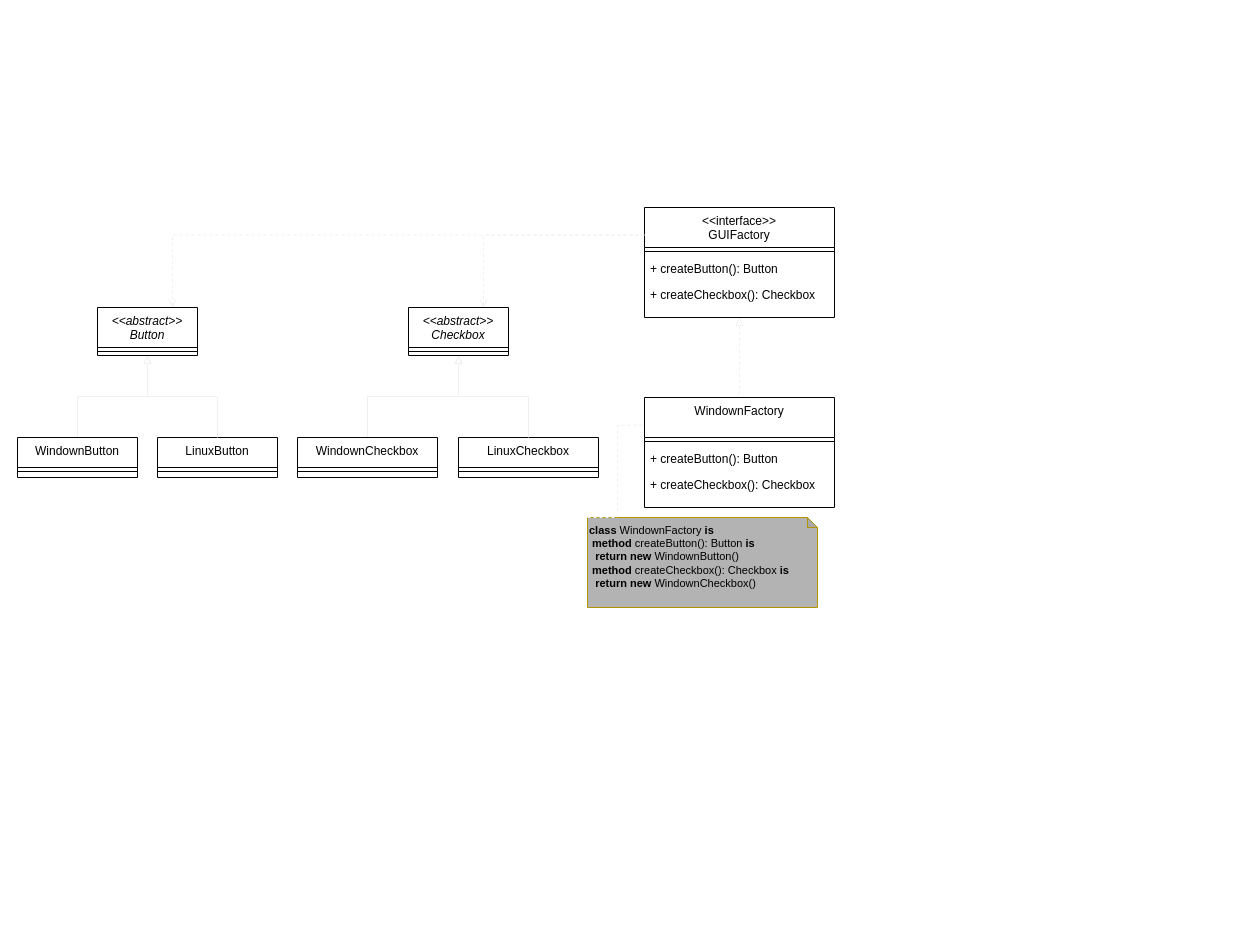
Before: page "Abstract Factory" (2 of 2) of Design Patterns.drawio in bcmes/diagrams, a draw.io diagram. Source tidied: cells renumbered, new cells numbered last; positions are measured from the earlier drawing's top-left corner, leaving out a move shared by most shapes. Both pictures are drawn from the tidied source at 100%, with x=0, y=0 at pixel (17, 207).
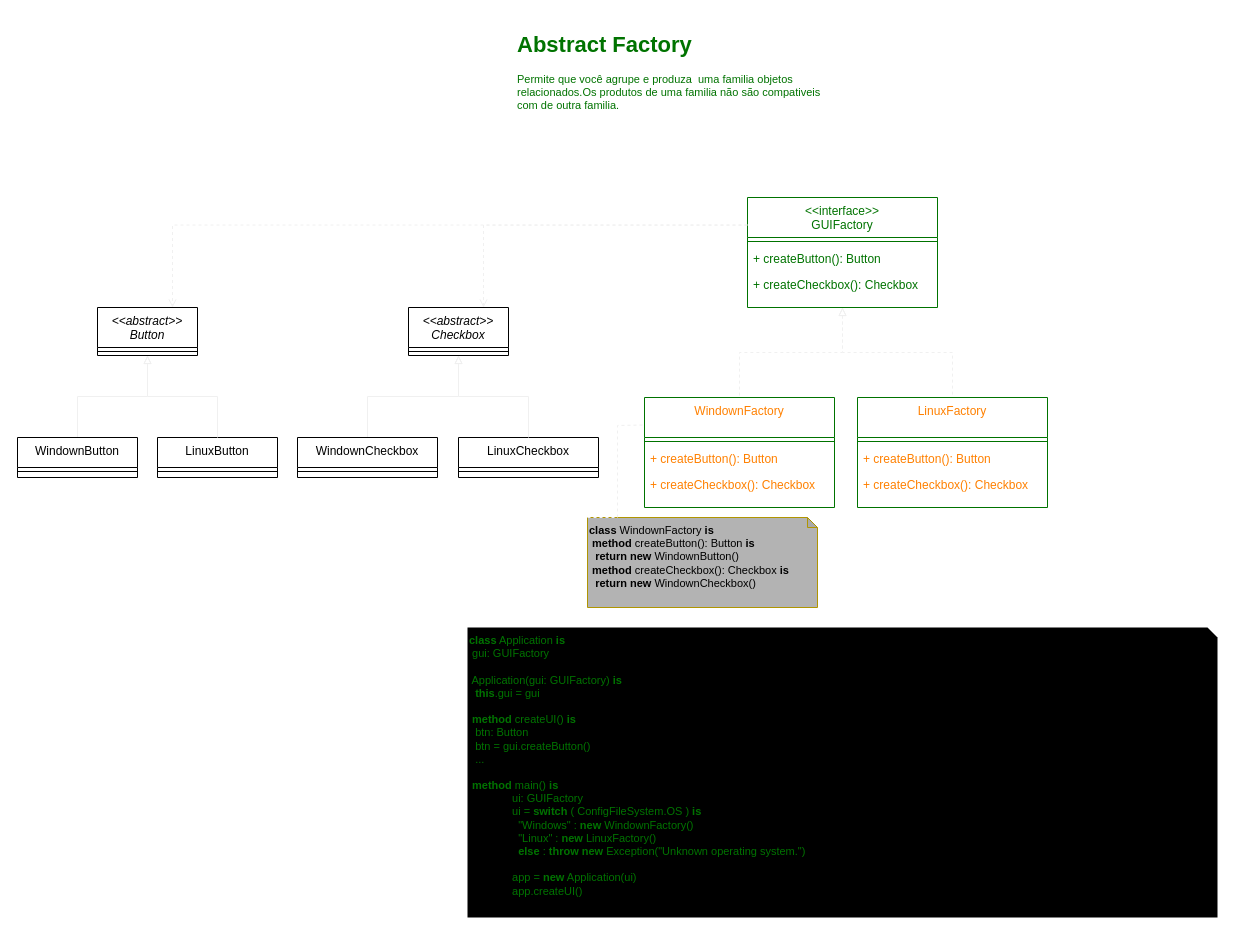
The same diagram, later.

Diff of the diagram source:
```diff
@@
-    <mxCell id="3" value="&lt;&lt;interface&gt;&gt;&#10;GUIFactory" style="swimlane;fontStyle=0;align=center;verticalAlign=top;horizontal=1;startSize=40;rounded=0;shadow=0;strokeWidth=1;" parent="1" vertex="1">
-      <mxGeometry x="627" width="190" height="110" as="geometry" />
+    <mxCell id="3" value="&lt;&lt;interface&gt;&gt;&#10;GUIFactory" style="swimlane;fontStyle=0;align=center;verticalAlign=top;horizontal=1;startSize=40;rounded=0;shadow=0;strokeWidth=1;fontColor=#007300;strokeColor=#007300;" parent="1" vertex="1">
+      <mxGeometry x="730" y="-10" width="190" height="110" as="geometry" />
     </mxCell>
-    <mxCell id="4" style="line;html=1;strokeWidth=1;align=left;verticalAlign=middle;spacingTop=-1;spacingLeft=3;spacingRight=3;labelPosition=right;" parent="3" vertex="1">
+    <mxCell id="4" style="line;html=1;strokeWidth=1;align=left;verticalAlign=middle;spacingTop=-1;spacingLeft=3;spacingRight=3;labelPosition=right;strokeColor=#007300;" parent="3" vertex="1">
       <mxGeometry y="40" width="190" height="8" as="geometry" />
     </mxCell>
-    <mxCell id="5" value="+ createButton(): Button" style="text;align=left;verticalAlign=top;spacingLeft=4;spacingRight=4;overflow=hidden;" parent="3" vertex="1">
+    <mxCell id="5" value="+ createButton(): Button" style="text;align=left;verticalAlign=top;spacingLeft=4;spacingRight=4;overflow=hidden;fontColor=#007300;" parent="3" vertex="1">
       <mxGeometry y="48" width="190" height="26" as="geometry" />
     </mxCell>
-    <mxCell id="6" value="+ createCheckbox(): Checkbox" style="text;align=left;verticalAlign=top;spacingLeft=4;spacingRight=4;overflow=hidden;" parent="3" vertex="1">
+    <mxCell id="6" value="+ createCheckbox(): Checkbox" style="text;align=left;verticalAlign=top;spacingLeft=4;spacingRight=4;overflow=hidden;fontColor=#007300;" parent="3" vertex="1">
       <mxGeometry y="74" width="190" height="26" as="geometry" />
     </mxCell>
-    <mxCell id="7" value="WindownFactory" style="swimlane;fontStyle=0;align=center;verticalAlign=top;horizontal=1;startSize=40;rounded=0;shadow=0;strokeWidth=1;" parent="1" vertex="1">
+    <mxCell id="7" value="WindownFactory" style="swimlane;fontStyle=0;align=center;verticalAlign=top;horizontal=1;startSize=40;rounded=0;shadow=0;strokeWidth=1;strokeColor=#007300;fontColor=#FF8000;" parent="1" vertex="1">
       <mxGeometry x="627" y="190" width="190" height="110" as="geometry" />
     </mxCell>
-    <mxCell id="8" style="line;html=1;strokeWidth=1;align=left;verticalAlign=middle;spacingTop=-1;spacingLeft=3;spacingRight=3;labelPosition=right;" parent="7" vertex="1">
+    <mxCell id="8" style="line;html=1;strokeWidth=1;align=left;verticalAlign=middle;spacingTop=-1;spacingLeft=3;spacingRight=3;labelPosition=right;strokeColor=#007300;" parent="7" vertex="1">
       <mxGeometry y="40" width="190" height="8" as="geometry" />
     </mxCell>
-    <mxCell id="9" value="+ createButton(): Button" style="text;align=left;verticalAlign=top;spacingLeft=4;spacingRight=4;overflow=hidden;" parent="7" vertex="1">
+    <mxCell id="9" value="+ createButton(): Button" style="text;align=left;verticalAlign=top;spacingLeft=4;spacingRight=4;overflow=hidden;fontColor=#FF8000;" parent="7" vertex="1">
       <mxGeometry y="48" width="190" height="26" as="geometry" />
     </mxCell>
-    <mxCell id="10" value="+ createCheckbox(): Checkbox" style="text;align=left;verticalAlign=top;spacingLeft=4;spacingRight=4;overflow=hidden;" parent="7" vertex="1">
+    <mxCell id="10" value="+ createCheckbox(): Checkbox" style="text;align=left;verticalAlign=top;spacingLeft=4;spacingRight=4;overflow=hidden;fontColor=#FF8000;" parent="7" vertex="1">
       <mxGeometry y="74" width="190" height="26" as="geometry" />
     </mxCell>
@@
+    <mxCell id="31" value="LinuxFactory" style="swimlane;fontStyle=0;align=center;verticalAlign=top;horizontal=1;startSize=40;rounded=0;shadow=0;strokeWidth=1;strokeColor=#007300;fontColor=#FF8000;" parent="1" vertex="1">
+      <mxGeometry x="840" y="190" width="190" height="110" as="geometry" />
+    </mxCell>
+    <mxCell id="32" style="line;html=1;strokeWidth=1;align=left;verticalAlign=middle;spacingTop=-1;spacingLeft=3;spacingRight=3;labelPosition=right;strokeColor=#007300;" parent="31" vertex="1">
+      <mxGeometry y="40" width="190" height="8" as="geometry" />
+    </mxCell>
+    <mxCell id="33" value="+ createButton(): Button" style="text;align=left;verticalAlign=top;spacingLeft=4;spacingRight=4;overflow=hidden;fontColor=#FF8000;" parent="31" vertex="1">
+      <mxGeometry y="48" width="190" height="26" as="geometry" />
+    </mxCell>
+    <mxCell id="34" value="+ createCheckbox(): Checkbox" style="text;align=left;verticalAlign=top;spacingLeft=4;spacingRight=4;overflow=hidden;fontColor=#FF8000;" parent="31" vertex="1">
+      <mxGeometry y="74" width="190" height="26" as="geometry" />
+    </mxCell>
+    <mxCell id="35" style="edgeStyle=orthogonalEdgeStyle;rounded=0;jettySize=auto;html=1;dashed=1;strokeColor=#F0F0F0;fontSize=11;fontColor=#007300;endArrow=none;endFill=0;startArrow=block;startFill=0;exitX=0.5;exitY=1;exitDx=0;exitDy=0;entryX=0.5;entryY=0;entryDx=0;entryDy=0;" parent="1" edge="1" source="3" target="31">
+      <mxGeometry relative="1" as="geometry" />
+    </mxCell>
+    <mxCell id="36" value="&lt;font color=&quot;#007300&quot;&gt;&lt;b&gt;class&lt;/b&gt; Application &lt;b&gt;is&lt;/b&gt;&lt;br&gt;&lt;span style=&quot;&quot;&gt; &lt;/span&gt;&lt;span style=&quot;white-space: pre;&quot;&gt; &lt;/span&gt;gui: GUIFactory&lt;br&gt;&lt;br&gt;&lt;span style=&quot;&quot;&gt; &lt;/span&gt;&lt;span style=&quot;white-space: pre;&quot;&gt; &lt;/span&gt;Application(gui: GUIFactory)&amp;nbsp;&lt;b&gt;is&lt;/b&gt;&lt;br&gt;&lt;span style=&quot;&quot;&gt; &lt;/span&gt;&lt;span style=&quot;&quot;&gt; &lt;/span&gt;&lt;b&gt;&lt;span style=&quot;white-space: pre;&quot;&gt; &lt;/span&gt;&lt;span style=&quot;white-space: pre;&quot;&gt; &lt;/span&gt;this&lt;/b&gt;.gui = gui&lt;br&gt;&lt;br&gt;&lt;span style=&quot;&quot;&gt; &lt;/span&gt;&lt;b&gt;&lt;span style=&quot;white-space: pre;&quot;&gt; &lt;/span&gt;method&lt;/b&gt;&amp;nbsp;createUI()&amp;nbsp;&lt;b&gt;is&lt;br&gt;&lt;/b&gt;&lt;span style=&quot;white-space: pre;&quot;&gt; &lt;/span&gt;&lt;span style=&quot;white-space: pre;&quot;&gt; &lt;/span&gt;btn: Button&lt;br&gt;&lt;span style=&quot;font-weight: bold; white-space: pre;&quot;&gt; &lt;/span&gt;&lt;span style=&quot;font-weight: bold; white-space: pre;&quot;&gt; &lt;/span&gt;btn = gui.createButton()&lt;br&gt;&lt;span style=&quot;white-space: pre;&quot;&gt; &lt;/span&gt;&lt;span style=&quot;white-space: pre;&quot;&gt; &lt;/span&gt;...&lt;br&gt;&lt;/font&gt;&lt;b style=&quot;color: rgb(0, 115, 0); background-color: initial;&quot;&gt;&lt;br&gt;&lt;span style=&quot;white-space: pre;&quot;&gt; &lt;/span&gt;method&lt;/b&gt;&lt;span style=&quot;color: rgb(0, 115, 0); background-color: initial;&quot;&gt; main() &lt;/span&gt;&lt;b style=&quot;color: rgb(0, 115, 0); background-color: initial;&quot;&gt;is&lt;/b&gt;&lt;font color=&quot;#007300&quot;&gt;&lt;b&gt;&lt;br&gt;&lt;/b&gt;&lt;/font&gt;&lt;blockquote style=&quot;margin: 0 0 0 40px; border: none; padding: 0px;&quot;&gt;&lt;font color=&quot;#007300&quot;&gt;&lt;span style=&quot;font-weight: bold; white-space: pre;&quot;&gt; &lt;/span&gt;ui:&lt;b&gt; &lt;/b&gt;GUIFactory&lt;br&gt;&lt;/font&gt;&lt;span style=&quot;color: rgb(0, 115, 0);&quot;&gt;&lt;span style=&quot;font-weight: bold; white-space: pre;&quot;&gt; &lt;/span&gt;ui =&amp;nbsp;&lt;/span&gt;&lt;b style=&quot;color: rgb(0, 115, 0);&quot;&gt;switch&lt;/b&gt;&lt;span style=&quot;color: rgb(0, 115, 0);&quot;&gt;&amp;nbsp;( ConfigFileSystem.OS )&amp;nbsp;&lt;/span&gt;&lt;b style=&quot;color: rgb(0, 115, 0);&quot;&gt;is&lt;br&gt;&lt;/b&gt;&lt;span style=&quot;color: rgb(0, 115, 0);&quot;&gt;&lt;span style=&quot;white-space: pre;&quot;&gt; &lt;/span&gt;&lt;span style=&quot;white-space: pre;&quot;&gt; &lt;/span&gt;&lt;span style=&quot;white-space: pre;&quot;&gt; &lt;/span&gt;&quot;Windows&quot; :&amp;nbsp;&lt;/span&gt;&lt;b style=&quot;color: rgb(0, 115, 0);&quot;&gt;new&lt;/b&gt;&lt;span style=&quot;color: rgb(0, 115, 0);&quot;&gt;&amp;nbsp;WindownFactory()&lt;br&gt;&lt;/span&gt;&lt;span style=&quot;color: rgb(0, 115, 0);&quot;&gt;&lt;span style=&quot;white-space: pre;&quot;&gt; &lt;/span&gt;&lt;span style=&quot;white-space: pre;&quot;&gt; &lt;/span&gt;&lt;span style=&quot;white-space: pre;&quot;&gt; &lt;/span&gt;&quot;Linux&quot; :&amp;nbsp;&lt;/span&gt;&lt;b style=&quot;color: rgb(0, 115, 0);&quot;&gt;new&lt;/b&gt;&lt;span style=&quot;color: rgb(0, 115, 0);&quot;&gt;&amp;nbsp;LinuxFactory()&lt;br&gt;&lt;/span&gt;&lt;b style=&quot;color: rgb(0, 115, 0);&quot;&gt;&lt;span style=&quot;white-space: pre;&quot;&gt; &lt;/span&gt;&lt;span style=&quot;white-space: pre;&quot;&gt; &lt;/span&gt;&lt;span style=&quot;white-space: pre;&quot;&gt; &lt;/span&gt;else&lt;/b&gt;&lt;span style=&quot;color: rgb(0, 115, 0);&quot;&gt;&amp;nbsp;:&amp;nbsp;&lt;/span&gt;&lt;b style=&quot;color: rgb(0, 115, 0);&quot;&gt;throw new&lt;/b&gt;&lt;span style=&quot;color: rgb(0, 115, 0);&quot;&gt;&amp;nbsp;Exception(&quot;Unknown operating system.&quot;)&lt;br&gt;&lt;/span&gt;&lt;font color=&quot;#007300&quot;&gt;&lt;br&gt;&lt;/font&gt;&lt;font color=&quot;#007300&quot;&gt;&lt;span style=&quot;white-space: pre;&quot;&gt; &lt;/span&gt;app = &lt;b&gt;new&lt;/b&gt; Application(ui)&lt;/font&gt;&lt;/blockquote&gt;&lt;blockquote style=&quot;margin: 0 0 0 40px; border: none; padding: 0px;&quot;&gt;&lt;font color=&quot;#007300&quot;&gt;&lt;span style=&quot;white-space: pre;&quot;&gt; &lt;/span&gt;app.createUI()&lt;br&gt;&lt;/font&gt;&lt;/blockquote&gt;&lt;font color=&quot;#007300&quot;&gt;&lt;br&gt;&lt;/font&gt;" style="shape=note;whiteSpace=wrap;html=1;backgroundOutline=1;darkOpacity=0.05;align=left;fontSize=11;size=10;fillColor=#000000;fontColor=#000000;strokeColor=none;verticalAlign=top;" parent="1" vertex="1">
+      <mxGeometry x="450" y="420" width="750" height="290" as="geometry" />
+    </mxCell>
+    <mxCell id="37" value="&lt;h1&gt;Abstract Factory&lt;/h1&gt;&lt;p&gt;Permite que você agrupe e produza&amp;nbsp; uma familia objetos relacionados.Os produtos de uma familia não são compativeis&amp;nbsp; com de outra familia.&lt;/p&gt;" style="text;html=1;strokeColor=none;fillColor=none;spacing=5;spacingTop=-20;whiteSpace=wrap;overflow=hidden;rounded=0;fontSize=11;fontColor=#007300;" parent="1" vertex="1">
+      <mxGeometry x="495" y="-180" width="315" height="120" as="geometry" />
+    </mxCell>
```
